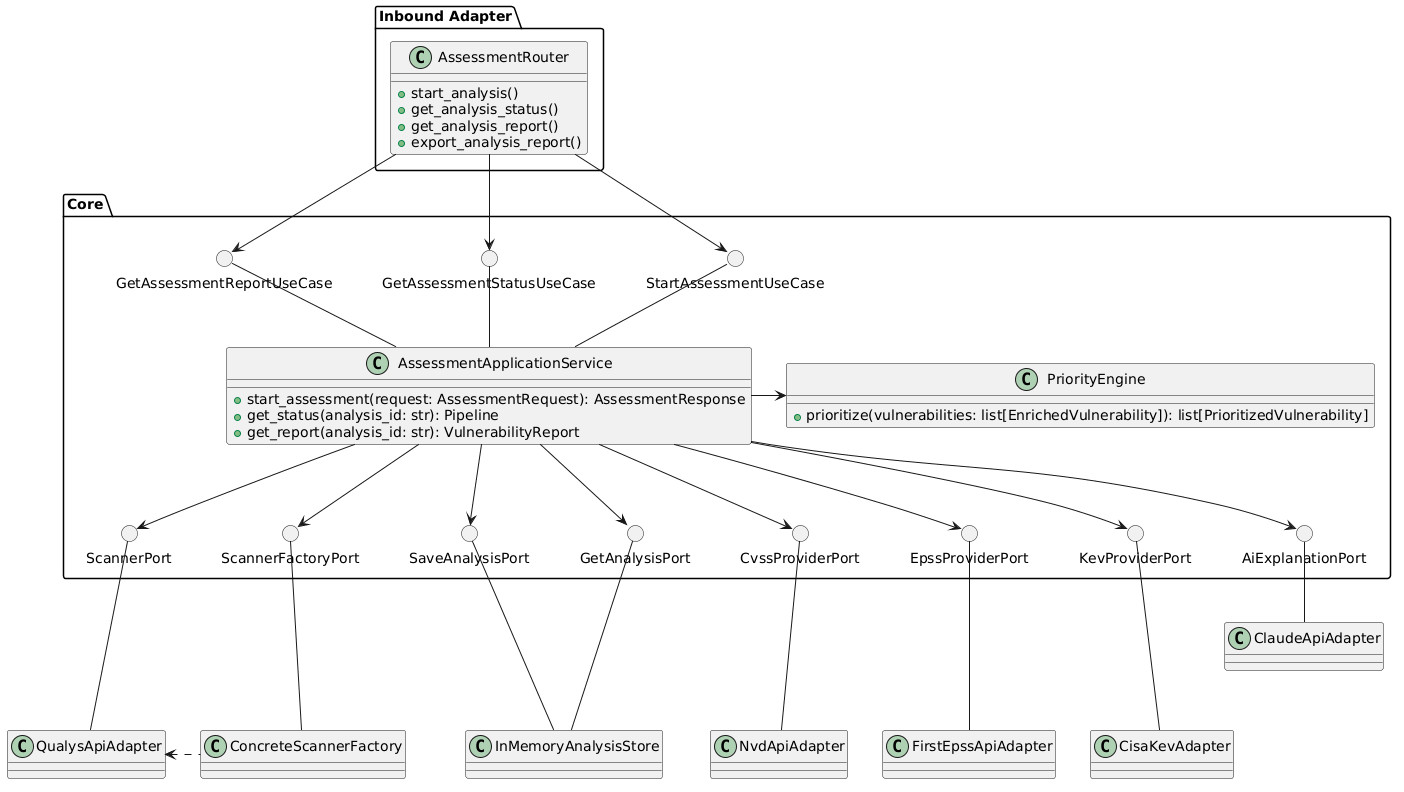
Earlier version of the PlantUML export images/AssessmentDiagram.png (aldobettega/typst-thesis-template).
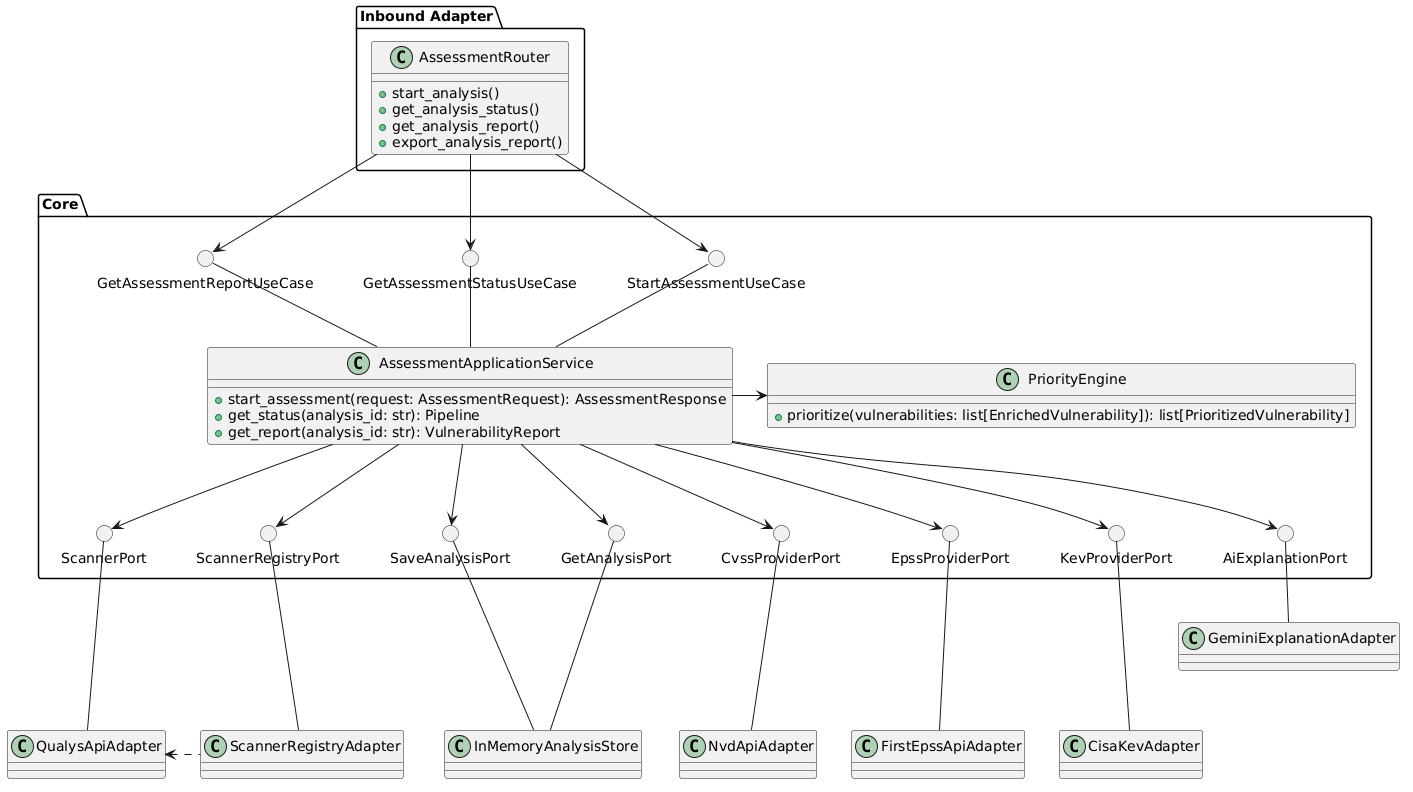
After the commit.

What changed in the source:
```diff
@@ -25,7 +25,7 @@
   + prioritize(vulnerabilities: list[EnrichedVulnerability]): list[PrioritizedVulnerability]
 }
 
-    () "ScannerFactoryPort"
+    () "ScannerRegistryPort"
     () "ScannerPort"
     () "SaveAnalysisPort"
     () "GetAnalysisPort"
@@ -48,7 +48,7 @@
 AssessmentApplicationService -u- GetAssessmentStatusUseCase
 AssessmentApplicationService -u- GetAssessmentReportUseCase
 
-AssessmentApplicationService --> ScannerFactoryPort
+AssessmentApplicationService --> ScannerRegistryPort
 AssessmentApplicationService --> ScannerPort
 AssessmentApplicationService --> SaveAnalysisPort
 AssessmentApplicationService --> GetAnalysisPort
@@ -57,14 +57,14 @@
 AssessmentApplicationService --> KevProviderPort
 AssessmentApplicationService --> AiExplanationPort
 
-ScannerFactoryPort --- ConcreteScannerFactory
+ScannerRegistryPort --- ScannerRegistryAdapter
 QualysApiAdapter -up- ScannerPort
 SaveAnalysisPort --- InMemoryAnalysisStore
 GetAnalysisPort --- InMemoryAnalysisStore
 CvssProviderPort --- NvdApiAdapter
 EpssProviderPort --- FirstEpssApiAdapter
 KevProviderPort --- CisaKevAdapter
-AiExplanationPort -- ClaudeApiAdapter
+AiExplanationPort -- GeminiExplanationAdapter
 
-ConcreteScannerFactory .l.> QualysApiAdapter
+ScannerRegistryAdapter .l.> QualysApiAdapter
 @enduml
```
